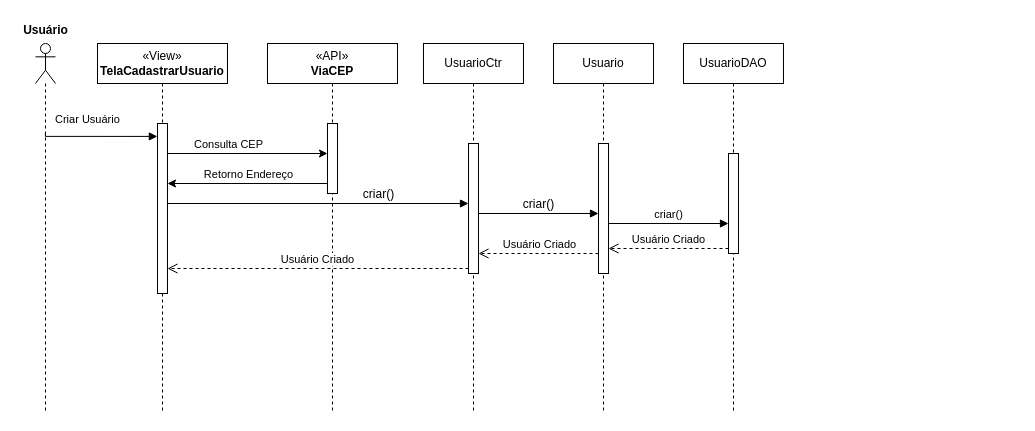
Earlier version of the draw.io diagram Documentação/Diagramas/Diagramas de Sequencia/Diagrama de Sequencia Cadastrar Usuário.drawio (frsouzaa/Documentacao-TCC-NossaVia). Source tidied: cells renumbered, new cells numbered last; positions are measured from the earlier drawing's top-left corner, leaving out a move shared by most shapes. Both pictures are drawn from the tidied source at 100%, with x=0, y=0 at pixel (17, 17).
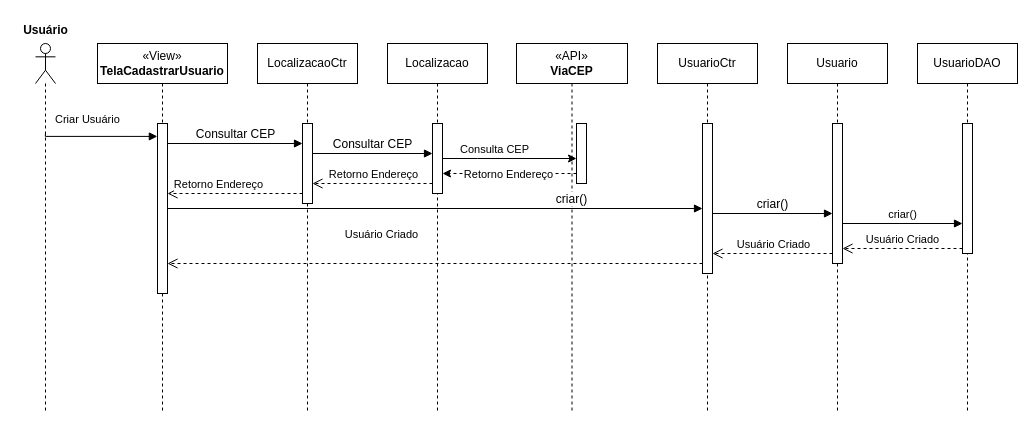
The same diagram, later.

Commit message:
Adiciona localizacao ctr

The change refers to these unchanged cells:
```xml
<mxCell id="20" style="html=1;points=[[0,0,0,0,5],[0,1,0,0,-5],[1,0,0,0,5],[1,1,0,0,-5]];perimeter=orthogonalPerimeter;outlineConnect=0;targetShapes=umlLifeline;portConstraint=eastwest;newEdgeStyle={&quot;curved&quot;:0,&quot;rounded&quot;:0};" parent="19" vertex="1">
  <mxGeometry x="60" y="80" width="10" height="170" as="geometry" />
</mxCell>
```

What changed in the source:
```diff
@@
     <mxCell id="3" value="«API»&lt;br&gt;&lt;b&gt;ViaCEP&lt;/b&gt;" style="shape=umlLifeline;perimeter=lifelinePerimeter;whiteSpace=wrap;html=1;newEdgeStyle={&quot;curved&quot;:0,&quot;rounded&quot;:0};" parent="1" vertex="1">
-      <mxGeometry x="250" y="26" width="130" height="370" as="geometry" />
+      <mxGeometry x="499" y="26" width="111" height="370" as="geometry" />
     </mxCell>
     <mxCell id="4" style="html=1;points=[[0,0,0,0,5],[0,1,0,0,-5],[1,0,0,0,5],[1,1,0,0,-5]];perimeter=orthogonalPerimeter;outlineConnect=0;targetShapes=umlLifeline;portConstraint=eastwest;newEdgeStyle={&quot;curved&quot;:0,&quot;rounded&quot;:0};" parent="3" vertex="1">
-      <mxGeometry x="60" y="80" width="10" height="70" as="geometry" />
+      <mxGeometry x="60" y="80" width="10" height="60" as="geometry" />
     </mxCell>
     <mxCell id="5" value="&lt;span style=&quot;font-family: Helvetica; font-size: 12px; font-style: normal; font-variant-ligatures: normal; font-variant-caps: normal; font-weight: 400; letter-spacing: normal; orphans: 2; text-align: center; text-indent: 0px; text-transform: none; widows: 2; word-spacing: 0px; -webkit-text-stroke-width: 0px; white-space: nowrap; text-decoration-thickness: initial; text-decoration-style: initial; text-decoration-color: initial; float: none; display: inline !important;&quot;&gt;Usuario&lt;/span&gt;" style="shape=umlLifeline;perimeter=lifelinePerimeter;whiteSpace=wrap;html=1;newEdgeStyle={&quot;curved&quot;:0,&quot;rounded&quot;:0};" parent="1" vertex="1">
-      <mxGeometry x="536" y="26" width="100" height="370" as="geometry" />
+      <mxGeometry x="770" y="26" width="100" height="370" as="geometry" />
     </mxCell>
     <mxCell id="6" style="html=1;points=[[0,0,0,0,5],[0,1,0,0,-5],[1,0,0,0,5],[1,1,0,0,-5]];perimeter=orthogonalPerimeter;outlineConnect=0;targetShapes=umlLifeline;portConstraint=eastwest;newEdgeStyle={&quot;curved&quot;:0,&quot;rounded&quot;:0};" parent="5" vertex="1">
-      <mxGeometry x="45" y="100" width="10" height="130" as="geometry" />
+      <mxGeometry x="45" y="80" width="10" height="140" as="geometry" />
     </mxCell>
     <mxCell id="7" value="UsuarioDAO" style="shape=umlLifeline;perimeter=lifelinePerimeter;whiteSpace=wrap;html=1;newEdgeStyle={&quot;curved&quot;:0,&quot;rounded&quot;:0};" parent="1" vertex="1">
-      <mxGeometry x="666" y="26" width="100" height="370" as="geometry" />
+      <mxGeometry x="900" y="26" width="100" height="370" as="geometry" />
     </mxCell>
     <mxCell id="8" style="html=1;points=[[0,0,0,0,5],[0,1,0,0,-5],[1,0,0,0,5],[1,1,0,0,-5]];perimeter=orthogonalPerimeter;outlineConnect=0;targetShapes=umlLifeline;portConstraint=eastwest;newEdgeStyle={&quot;curved&quot;:0,&quot;rounded&quot;:0};" parent="7" vertex="1">
-      <mxGeometry x="45" y="110" width="10" height="100" as="geometry" />
+      <mxGeometry x="45" y="80" width="10" height="130" as="geometry" />
     </mxCell>
     <mxCell id="9" value="&lt;span style=&quot;text-wrap: nowrap;&quot;&gt;UsuarioCtr&lt;/span&gt;" style="shape=umlLifeline;perimeter=lifelinePerimeter;whiteSpace=wrap;html=1;newEdgeStyle={&quot;curved&quot;:0,&quot;rounded&quot;:0};" parent="1" vertex="1">
-      <mxGeometry x="406" y="26" width="100" height="370" as="geometry" />
+      <mxGeometry x="640" y="26" width="100" height="370" as="geometry" />
     </mxCell>
     <mxCell id="10" style="html=1;points=[[0,0,0,0,5],[0,1,0,0,-5],[1,0,0,0,5],[1,1,0,0,-5]];perimeter=orthogonalPerimeter;outlineConnect=0;targetShapes=umlLifeline;portConstraint=eastwest;newEdgeStyle={&quot;curved&quot;:0,&quot;rounded&quot;:0};" parent="9" vertex="1">
-      <mxGeometry x="45" y="100" width="10" height="130" as="geometry" />
+      <mxGeometry x="45" y="80" width="10" height="150" as="geometry" />
     </mxCell>
@@
     <mxCell id="13" value="&lt;span style=&quot;font-size: 12px; text-align: left;&quot;&gt;criar()&lt;/span&gt;" style="html=1;verticalAlign=bottom;endArrow=block;curved=0;rounded=0;exitX=1;exitY=0;exitDx=0;exitDy=5;exitPerimeter=0;entryX=0;entryY=0;entryDx=0;entryDy=5;entryPerimeter=0;" parent="1" edge="1">
       <mxGeometry relative="1" as="geometry">
-        <mxPoint x="461" y="196" as="sourcePoint" />
-        <mxPoint x="581" y="196" as="targetPoint" />
+        <mxPoint x="695" y="196" as="sourcePoint" />
+        <mxPoint x="815" y="196" as="targetPoint" />
       </mxGeometry>
     </mxCell>
     <mxCell id="14" value="criar()" style="html=1;verticalAlign=bottom;endArrow=block;curved=0;rounded=0;entryX=0;entryY=0;entryDx=0;entryDy=5;" parent="1" edge="1">
       <mxGeometry relative="1" as="geometry">
-        <mxPoint x="591" y="206" as="sourcePoint" />
-        <mxPoint x="711" y="206" as="targetPoint" />
+        <mxPoint x="825" y="206" as="sourcePoint" />
+        <mxPoint x="945" y="206" as="targetPoint" />
       </mxGeometry>
     </mxCell>
@@
     <mxCell id="16" value="Usuário&amp;nbsp;Criado" style="html=1;verticalAlign=bottom;endArrow=open;dashed=1;endSize=8;curved=0;rounded=0;exitX=0;exitY=1;exitDx=0;exitDy=-5;" parent="1" edge="1">
       <mxGeometry x="-0.01" relative="1" as="geometry">
-        <mxPoint x="581" y="236" as="sourcePoint" />
-        <mxPoint x="461" y="236" as="targetPoint" />
+        <mxPoint x="815" y="236" as="sourcePoint" />
+        <mxPoint x="695" y="236" as="targetPoint" />
         <Array as="points">
-          <mxPoint x="521" y="236" />
+          <mxPoint x="755" y="236" />
         </Array>
       </mxGeometry>
     </mxCell>
-    <mxCell id="17" value="Usuário&amp;nbsp;Criado" style="html=1;verticalAlign=bottom;endArrow=open;dashed=1;endSize=8;curved=0;rounded=0;exitX=0;exitY=1;exitDx=0;exitDy=-5;exitPerimeter=0;" parent="1" edge="1" source="10" target="20">
-      <mxGeometry relative="1" as="geometry" />
+    <mxCell id="17" value="Usuário&amp;nbsp;Criado" style="html=1;verticalAlign=bottom;endArrow=open;dashed=1;endSize=8;curved=0;rounded=0;" parent="1" edge="1" source="10">
+      <mxGeometry x="0.2" y="-20" relative="1" as="geometry">
+        <mxPoint x="150" y="246" as="targetPoint" />
+      </mxGeometry>
     </mxCell>
-    <mxCell id="18" value="&lt;span style=&quot;font-size: 12px; text-align: left;&quot;&gt;criar()&lt;/span&gt;" style="html=1;verticalAlign=bottom;endArrow=block;curved=0;rounded=0;entryX=0;entryY=0;entryDx=0;entryDy=5;entryPerimeter=0;" parent="1" edge="1" source="20">
-      <mxGeometry x="0.4" relative="1" as="geometry">
-        <mxPoint x="451" y="186" as="targetPoint" />
-      </mxGeometry>
+    <mxCell id="18" value="&lt;span style=&quot;font-size: 12px; text-align: left;&quot;&gt;criar()&lt;/span&gt;" style="html=1;verticalAlign=bottom;endArrow=block;curved=0;rounded=0;" parent="1" edge="1" source="20" target="10">
+      <mxGeometry x="0.51" relative="1" as="geometry" />
     </mxCell>
@@
-    <mxCell id="21" style="edgeStyle=orthogonalEdgeStyle;rounded=0;orthogonalLoop=1;jettySize=auto;html=1;curved=0;" parent="1" edge="1">
+    <mxCell id="21" style="edgeStyle=orthogonalEdgeStyle;rounded=0;jettySize=auto;html=1;curved=0;" parent="1" edge="1" source="26" target="4">
       <mxGeometry relative="1" as="geometry">
-        <mxPoint x="150" y="136" as="sourcePoint" />
-        <mxPoint x="310" y="136" as="targetPoint" />
+        <Array as="points">
+          <mxPoint x="460" y="141" />
+          <mxPoint x="460" y="141" />
+        </Array>
       </mxGeometry>
     </mxCell>
@@
-    <mxCell id="23" style="edgeStyle=orthogonalEdgeStyle;rounded=0;jettySize=auto;html=1;curved=0;" parent="1" edge="1" target="20">
+    <mxCell id="23" style="edgeStyle=orthogonalEdgeStyle;rounded=0;jettySize=auto;html=1;curved=0;dashed=1;" parent="1" edge="1" source="4" target="26">
       <mxGeometry relative="1" as="geometry">
-        <mxPoint x="310" y="166" as="sourcePoint" />
         <Array as="points">
-          <mxPoint x="310" y="166" />
+          <mxPoint x="440" y="156" />
+          <mxPoint x="440" y="156" />
         </Array>
       </mxGeometry>
     </mxCell>
     <mxCell id="24" value="Retorno Endereço" style="edgeLabel;html=1;align=center;verticalAlign=middle;" parent="23" vertex="1">
       <mxGeometry x="0.15" y="1" relative="1" as="geometry">
-        <mxPoint x="12" y="-11" as="offset" />
+        <mxPoint x="8" y="-1" as="offset" />
       </mxGeometry>
     </mxCell>
+    <mxCell id="25" value="&lt;span style=&quot;font-family: Helvetica; font-size: 12px; font-style: normal; font-variant-ligatures: normal; font-variant-caps: normal; font-weight: 400; letter-spacing: normal; orphans: 2; text-align: center; text-indent: 0px; text-transform: none; widows: 2; word-spacing: 0px; -webkit-text-stroke-width: 0px; white-space: nowrap; text-decoration-thickness: initial; text-decoration-style: initial; text-decoration-color: initial; float: none; display: inline !important;&quot;&gt;Localizacao&lt;/span&gt;" style="shape=umlLifeline;perimeter=lifelinePerimeter;whiteSpace=wrap;html=1;newEdgeStyle={&quot;curved&quot;:0,&quot;rounded&quot;:0};" parent="1" vertex="1">
+      <mxGeometry x="370" y="26" width="100" height="370" as="geometry" />
+    </mxCell>
+    <mxCell id="26" style="html=1;points=[[0,0,0,0,5],[0,1,0,0,-5],[1,0,0,0,5],[1,1,0,0,-5]];perimeter=orthogonalPerimeter;outlineConnect=0;targetShapes=umlLifeline;portConstraint=eastwest;newEdgeStyle={&quot;curved&quot;:0,&quot;rounded&quot;:0};" parent="25" vertex="1">
+      <mxGeometry x="45" y="80" width="10" height="70" as="geometry" />
+    </mxCell>
+    <mxCell id="27" value="&lt;span style=&quot;text-wrap: nowrap;&quot;&gt;LocalizacaoCtr&lt;/span&gt;" style="shape=umlLifeline;perimeter=lifelinePerimeter;whiteSpace=wrap;html=1;newEdgeStyle={&quot;curved&quot;:0,&quot;rounded&quot;:0};" parent="1" vertex="1">
+      <mxGeometry x="240" y="26" width="100" height="370" as="geometry" />
+    </mxCell>
+    <mxCell id="28" style="html=1;points=[[0,0,0,0,5],[0,1,0,0,-5],[1,0,0,0,5],[1,1,0,0,-5]];perimeter=orthogonalPerimeter;outlineConnect=0;targetShapes=umlLifeline;portConstraint=eastwest;newEdgeStyle={&quot;curved&quot;:0,&quot;rounded&quot;:0};" parent="27" vertex="1">
+      <mxGeometry x="45" y="80" width="10" height="80" as="geometry" />
+    </mxCell>
+    <mxCell id="29" value="&lt;span style=&quot;font-size: 12px; text-align: left;&quot;&gt;Consultar CEP&lt;/span&gt;" style="html=1;verticalAlign=bottom;endArrow=block;curved=0;rounded=0;exitX=1;exitY=0;exitDx=0;exitDy=5;exitPerimeter=0;" parent="1" edge="1">
+      <mxGeometry relative="1" as="geometry">
+        <mxPoint x="295" y="136" as="sourcePoint" />
+        <mxPoint x="415" y="136" as="targetPoint" />
+      </mxGeometry>
+    </mxCell>
+    <mxCell id="30" value="Retorno Endereço" style="html=1;verticalAlign=bottom;endArrow=open;dashed=1;endSize=8;curved=0;rounded=0;" parent="1" edge="1" source="26" target="28">
+      <mxGeometry x="-0.01" relative="1" as="geometry">
+        <Array as="points">
+          <mxPoint x="365" y="166" />
+        </Array>
+      </mxGeometry>
+    </mxCell>
+    <mxCell id="31" value="&lt;span style=&quot;font-size: 12px; text-align: left;&quot;&gt;Consultar CEP&lt;/span&gt;" style="html=1;verticalAlign=bottom;endArrow=block;curved=0;rounded=0;exitX=1;exitY=0;exitDx=0;exitDy=5;exitPerimeter=0;" parent="1" edge="1" target="28">
+      <mxGeometry relative="1" as="geometry">
+        <mxPoint x="150" y="126" as="sourcePoint" />
+      </mxGeometry>
+    </mxCell>
+    <mxCell id="32" value="Retorno Endereço" style="html=1;verticalAlign=bottom;endArrow=open;dashed=1;endSize=8;curved=0;rounded=0;" parent="1" edge="1" source="28" target="20">
+      <mxGeometry x="0.25" relative="1" as="geometry">
+        <Array as="points">
+          <mxPoint x="225" y="176" />
+        </Array>
+      </mxGeometry>
+    </mxCell>
```
